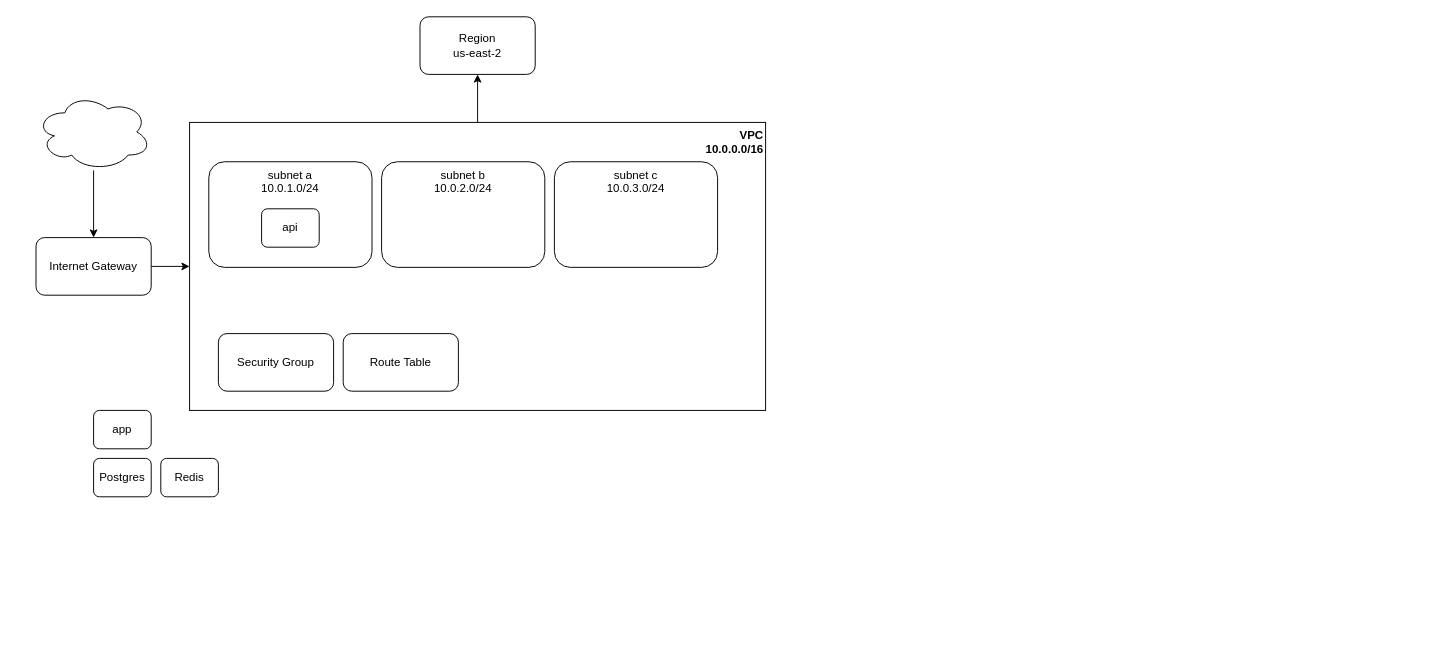
Moldato/terraform-pcv-ec2 keeps this draw.io diagram as diagram.drawio. Above is the earlier version. Source tidied: cells renumbered, new cells numbered last; positions are measured from the earlier drawing's top-left corner, leaving out a move shared by most shapes. Both pictures are drawn from the tidied source at 96%, with x=0, y=0 at pixel (36, 16).
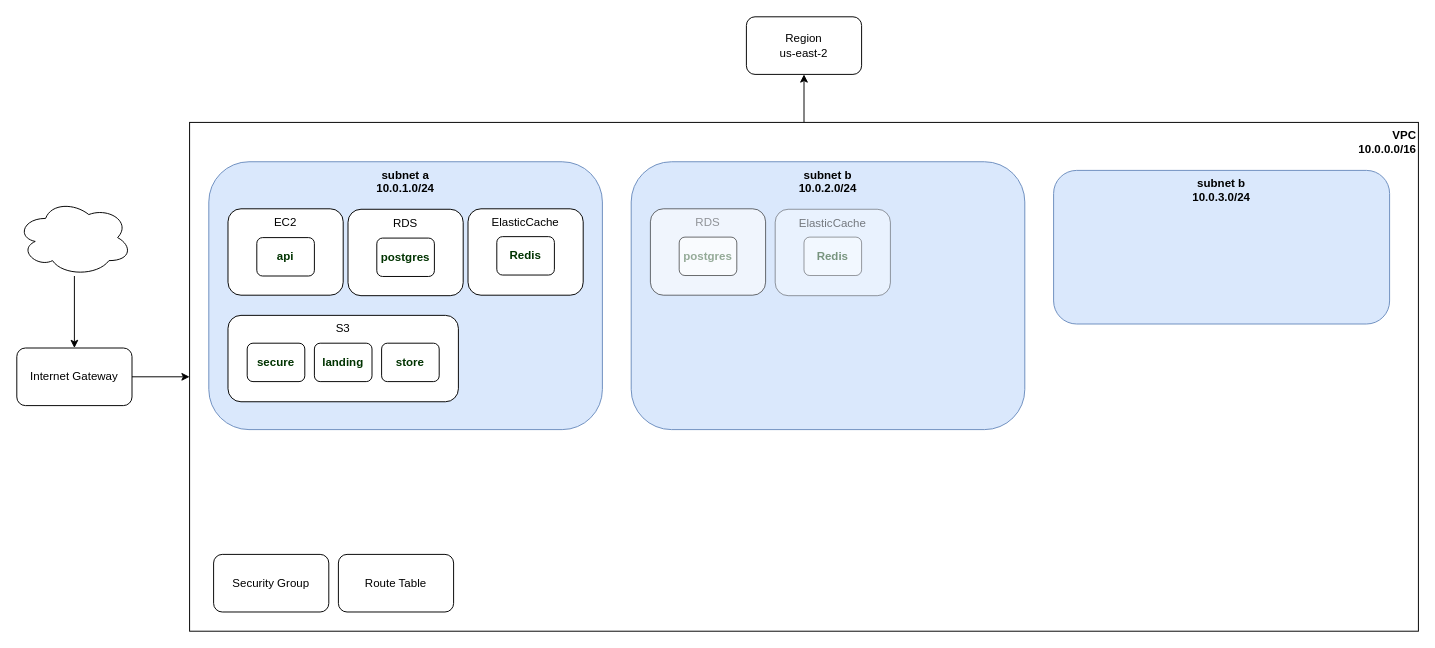
The same diagram, later.

Diff of the diagram source:
```diff
@@
     <mxCell id="3" value="VPC&lt;br&gt;10.0.0.0/16" style="text;html=1;strokeColor=#000000;fillColor=#ffffff;align=right;verticalAlign=top;whiteSpace=wrap;rounded=0;fontFamily=Helvetica;fontSize=12;fontColor=#000000;fontStyle=1;" parent="1" vertex="1">
-      <mxGeometry x="160" y="110" width="600" height="300" as="geometry" />
+      <mxGeometry x="160" y="110" width="1280" height="530" as="geometry" />
     </mxCell>
-    <mxCell id="4" value="Postgres" style="rounded=1;whiteSpace=wrap;html=1;" parent="1" vertex="1">
-      <mxGeometry x="60" y="460" width="60" height="40" as="geometry" />
-    </mxCell>
     <mxCell id="5" value="Route Table" style="rounded=1;whiteSpace=wrap;html=1;" parent="1" vertex="1">
-      <mxGeometry x="320" y="330" width="120" height="60" as="geometry" />
+      <mxGeometry x="315" y="560" width="120" height="60" as="geometry" />
     </mxCell>
-    <mxCell id="6" value="subnet a&lt;br&gt;10.0.1.0/24" style="rounded=1;whiteSpace=wrap;html=1;verticalAlign=top;" parent="1" vertex="1">
-      <mxGeometry x="180" y="151" width="170" height="110" as="geometry" />
+    <mxCell id="6" value="subnet a&lt;br&gt;10.0.1.0/24" style="rounded=1;whiteSpace=wrap;html=1;verticalAlign=top;fillColor=#dae8fc;strokeColor=#6c8ebf;fontStyle=1;" parent="1" vertex="1">
+      <mxGeometry x="180" y="151" width="410" height="279" as="geometry" />
     </mxCell>
-    <mxCell id="7" value="subnet b&lt;br&gt;10.0.2.0/24" style="rounded=1;whiteSpace=wrap;html=1;verticalAlign=top;" parent="1" vertex="1">
-      <mxGeometry x="360" y="151" width="170" height="110" as="geometry" />
-    </mxCell>
-    <mxCell id="8" value="subnet c&lt;br&gt;10.0.3.0/24" style="rounded=1;whiteSpace=wrap;html=1;verticalAlign=top;" parent="1" vertex="1">
-      <mxGeometry x="540" y="151" width="170" height="110" as="geometry" />
-    </mxCell>
-    <mxCell id="9" value="Redis" style="rounded=1;whiteSpace=wrap;html=1;" parent="1" vertex="1">
-      <mxGeometry x="130" y="460" width="60" height="40" as="geometry" />
-    </mxCell>
     <mxCell id="10" value="Security Group" style="rounded=1;whiteSpace=wrap;html=1;" parent="1" vertex="1">
-      <mxGeometry x="190" y="330" width="120" height="60" as="geometry" />
+      <mxGeometry x="185" y="560" width="120" height="60" as="geometry" />
     </mxCell>
@@
     <mxCell id="12" value="Internet Gateway" style="rounded=1;whiteSpace=wrap;html=1;" parent="1" vertex="1">
-      <mxGeometry y="230" width="120" height="60" as="geometry" />
+      <mxGeometry x="-20" y="345" width="120" height="60" as="geometry" />
     </mxCell>
     <mxCell id="13" value="Region&lt;br&gt;us-east-2" style="rounded=1;whiteSpace=wrap;html=1;" parent="1" vertex="1">
-      <mxGeometry x="400" width="120" height="60" as="geometry" />
+      <mxGeometry x="740" width="120" height="60" as="geometry" />
     </mxCell>
@@
     <mxCell id="15" style="ellipse;shape=cloud;whiteSpace=wrap;html=1;align=right;" parent="1" vertex="1">
-      <mxGeometry y="80" width="120" height="80" as="geometry" />
+      <mxGeometry x="-20" y="190" width="120" height="80" as="geometry" />
     </mxCell>
-    <mxCell id="16" value="app" style="rounded=1;whiteSpace=wrap;html=1;" parent="1" vertex="1">
-      <mxGeometry x="60" y="410" width="60" height="40" as="geometry" />
-    </mxCell>
-    <mxCell id="17" value="api" style="rounded=1;whiteSpace=wrap;html=1;" parent="1" vertex="1">
-      <mxGeometry x="235" y="200" width="60" height="40" as="geometry" />
+    <mxCell id="17" value="EC2" style="rounded=1;whiteSpace=wrap;html=1;verticalAlign=top;" parent="1" vertex="1">
+      <mxGeometry x="200" y="200" width="120" height="90" as="geometry" />
     </mxCell>
+    <mxCell id="4" value="RDS" style="rounded=1;whiteSpace=wrap;html=1;verticalAlign=top;" parent="1" vertex="1">
+      <mxGeometry x="325" y="200.5" width="120" height="90" as="geometry" />
+    </mxCell>
+    <mxCell id="18" value="postgres" style="rounded=1;whiteSpace=wrap;html=1;fontColor=#003300;fontStyle=1;" parent="1" vertex="1">
+      <mxGeometry x="355" y="230.5" width="60" height="40" as="geometry" />
+    </mxCell>
+    <mxCell id="19" value="api" style="rounded=1;whiteSpace=wrap;html=1;fontColor=#003300;fontStyle=1;" parent="1" vertex="1">
+      <mxGeometry x="230" y="230" width="60" height="40" as="geometry" />
+    </mxCell>
+    <mxCell id="7" value="subnet b&lt;br&gt;10.0.2.0/24" style="rounded=1;whiteSpace=wrap;html=1;verticalAlign=top;fillColor=#dae8fc;strokeColor=#6c8ebf;fontStyle=1;" parent="1" vertex="1">
+      <mxGeometry x="620" y="151" width="410" height="279" as="geometry" />
+    </mxCell>
+    <mxCell id="20" value="subnet b&lt;br&gt;10.0.3.0/24" style="rounded=1;whiteSpace=wrap;html=1;verticalAlign=top;fillColor=#dae8fc;strokeColor=#6c8ebf;fontStyle=1;" parent="1" vertex="1">
+      <mxGeometry x="1060" y="160" width="350" height="160" as="geometry" />
+    </mxCell>
+    <mxCell id="21" value="S3" style="rounded=1;whiteSpace=wrap;html=1;verticalAlign=top;" parent="1" vertex="1">
+      <mxGeometry x="200" y="311" width="240" height="90" as="geometry" />
+    </mxCell>
+    <mxCell id="22" value="secure" style="rounded=1;whiteSpace=wrap;html=1;fontColor=#003300;fontStyle=1;" parent="1" vertex="1">
+      <mxGeometry x="220" y="340" width="60" height="40" as="geometry" />
+    </mxCell>
+    <mxCell id="23" value="landing" style="rounded=1;whiteSpace=wrap;html=1;fontColor=#003300;fontStyle=1;" parent="1" vertex="1">
+      <mxGeometry x="290" y="340" width="60" height="40" as="geometry" />
+    </mxCell>
+    <mxCell id="24" value="store" style="rounded=1;whiteSpace=wrap;html=1;fontColor=#003300;fontStyle=1;" parent="1" vertex="1">
+      <mxGeometry x="360" y="340" width="60" height="40" as="geometry" />
+    </mxCell>
+    <mxCell id="25" value="ElasticCache" style="rounded=1;whiteSpace=wrap;html=1;verticalAlign=top;" parent="1" vertex="1">
+      <mxGeometry x="450" y="200" width="120" height="90" as="geometry" />
+    </mxCell>
+    <mxCell id="26" value="Redis" style="rounded=1;whiteSpace=wrap;html=1;fontColor=#003300;fontStyle=1;" parent="1" vertex="1">
+      <mxGeometry x="480" y="229" width="60" height="40" as="geometry" />
+    </mxCell>
+    <mxCell id="27" value="ElasticCache" style="rounded=1;whiteSpace=wrap;html=1;verticalAlign=top;opacity=40;textOpacity=50;" parent="1" vertex="1">
+      <mxGeometry x="770" y="200.5" width="120" height="90" as="geometry" />
+    </mxCell>
+    <mxCell id="28" value="Redis" style="rounded=1;whiteSpace=wrap;html=1;fontColor=#003300;fontStyle=1;opacity=40;textOpacity=50;" parent="1" vertex="1">
+      <mxGeometry x="800" y="229.5" width="60" height="40" as="geometry" />
+    </mxCell>
+    <mxCell id="29" value="RDS" style="rounded=1;whiteSpace=wrap;html=1;verticalAlign=top;textOpacity=40;opacity=60;" parent="1" vertex="1">
+      <mxGeometry x="640" y="200" width="120" height="90" as="geometry" />
+    </mxCell>
+    <mxCell id="30" value="postgres" style="rounded=1;whiteSpace=wrap;html=1;fontColor=#003300;fontStyle=1;textOpacity=40;opacity=60;" parent="1" vertex="1">
+      <mxGeometry x="670" y="229.5" width="60" height="40" as="geometry" />
+    </mxCell>
```
